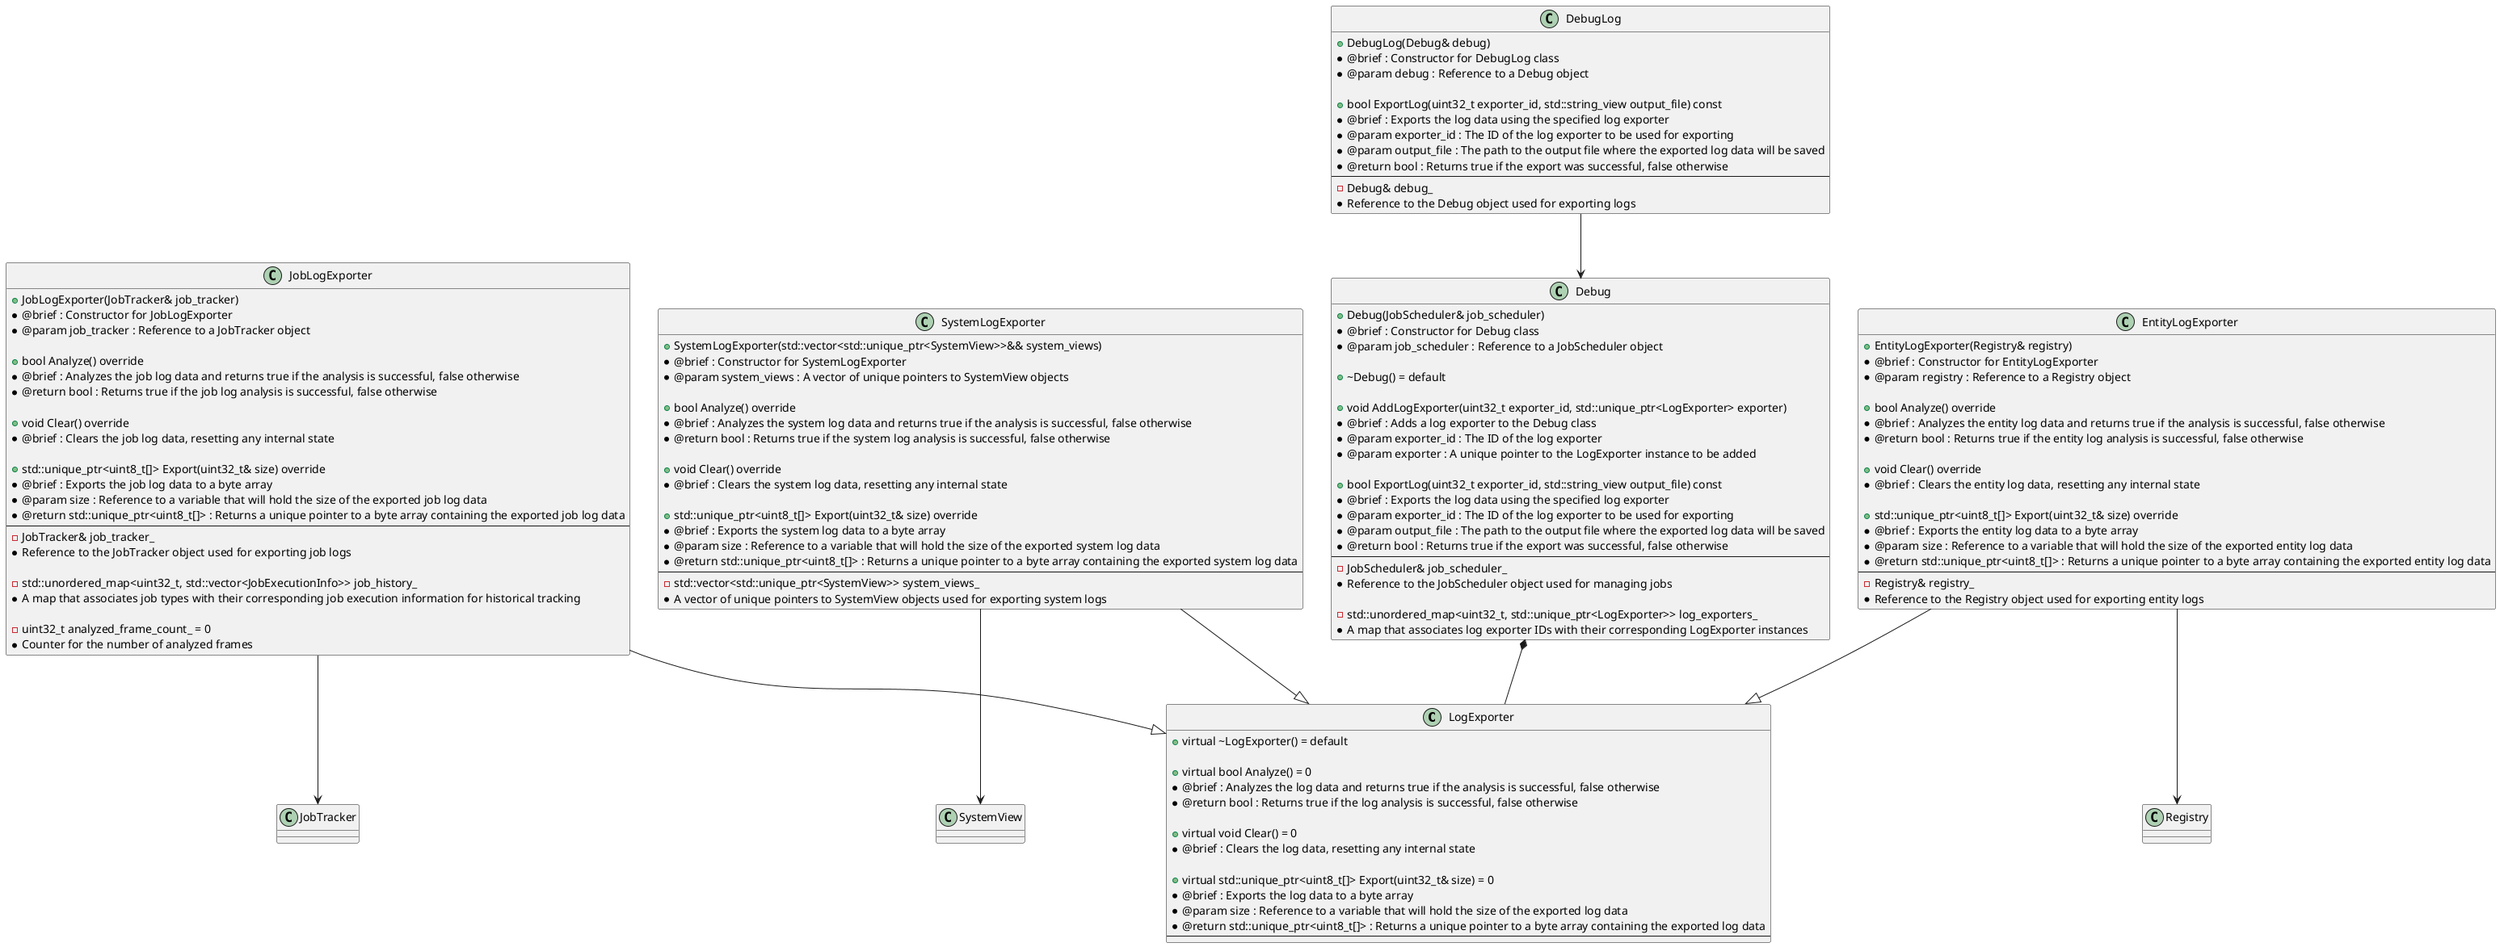
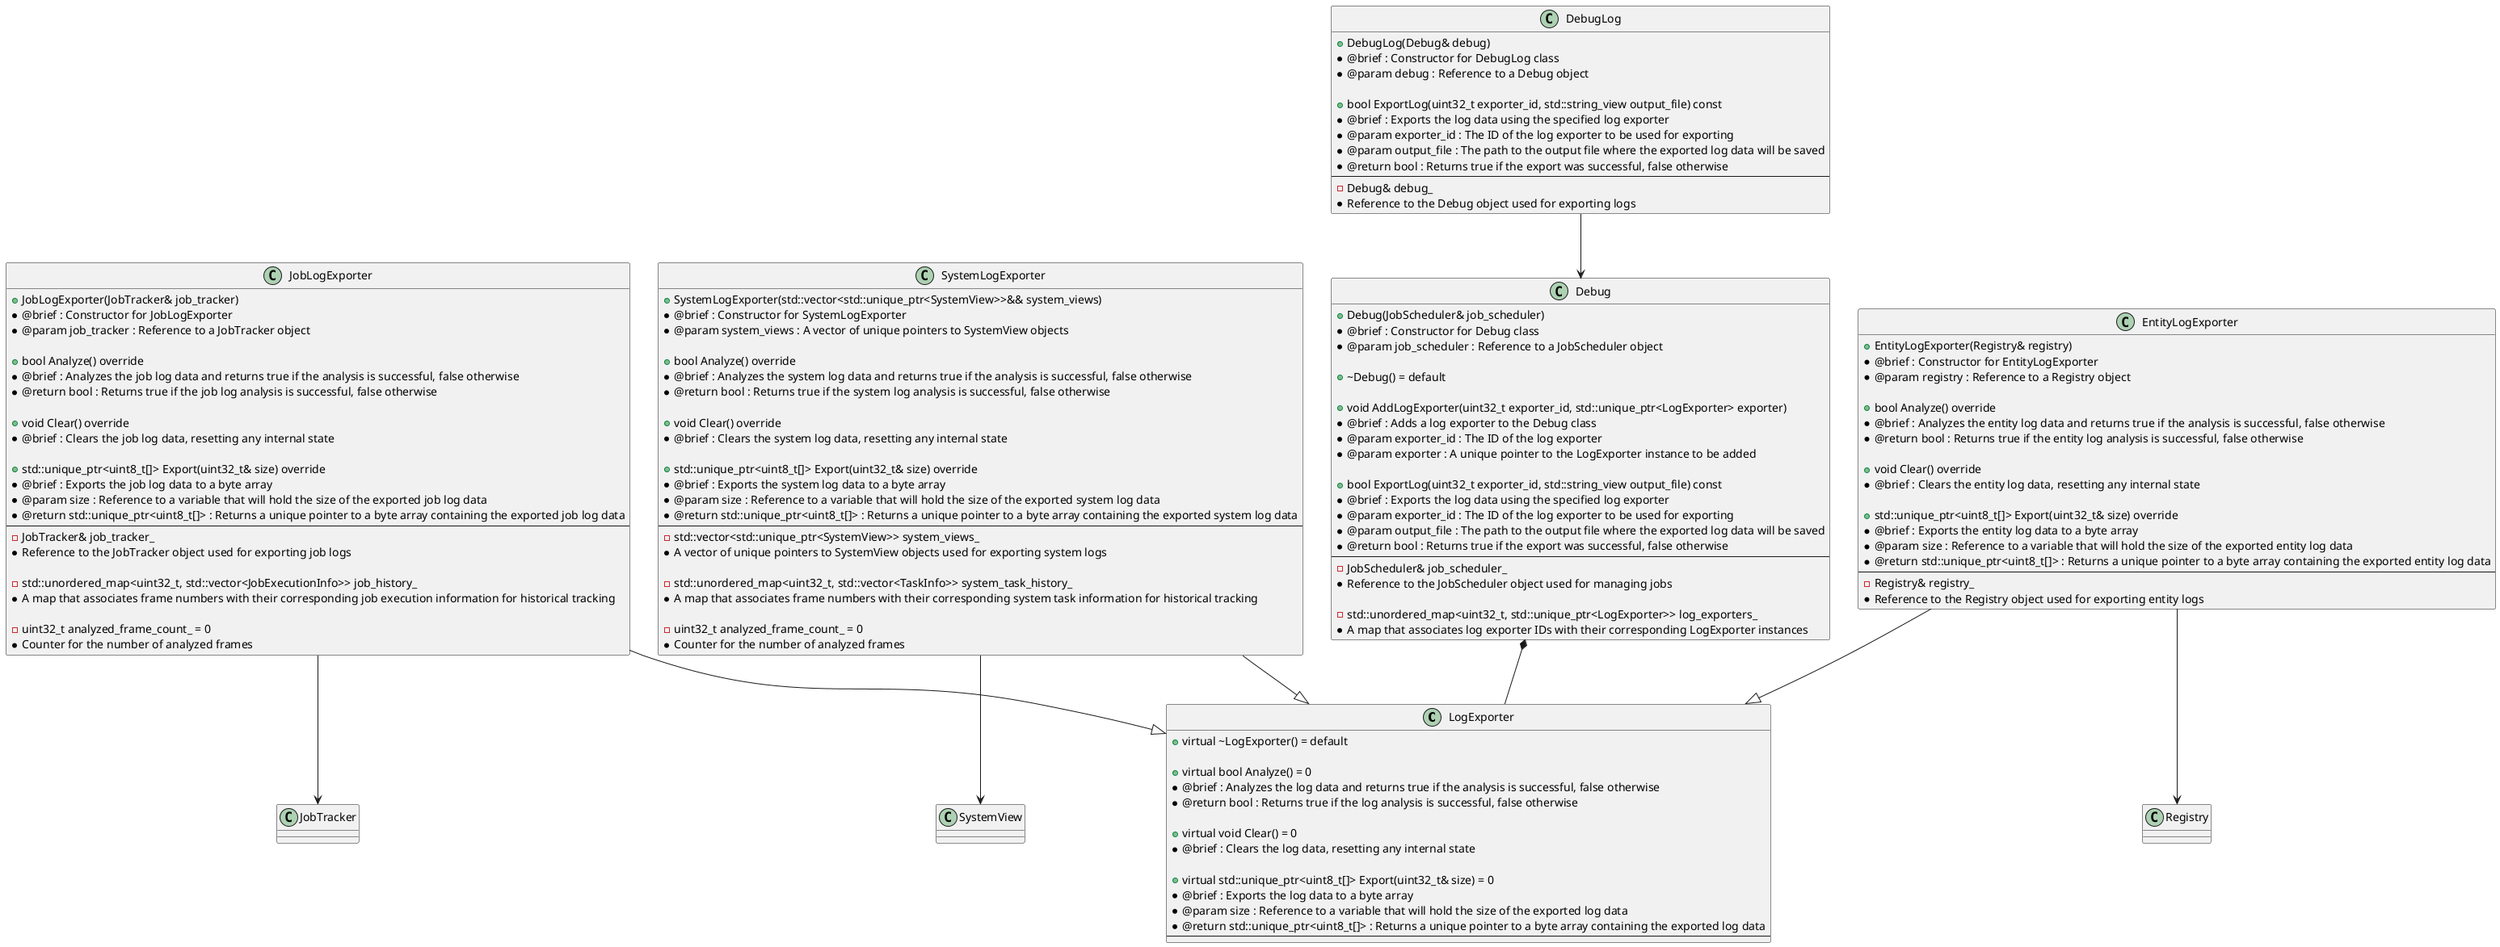
﻿@startuml

class LogExporter
{
    + virtual ~LogExporter() = default

    + virtual bool Analyze() = 0
     * @brief : Analyzes the log data and returns true if the analysis is successful, false otherwise
     * @return bool : Returns true if the log analysis is successful, false otherwise

    + virtual void Clear() = 0
     * @brief : Clears the log data, resetting any internal state

    + virtual std::unique_ptr<uint8_t[]> Export(uint32_t& size) = 0
     * @brief : Exports the log data to a byte array
     * @param size : Reference to a variable that will hold the size of the exported log data
     * @return std::unique_ptr<uint8_t[]> : Returns a unique pointer to a byte array containing the exported log data
    ---
}

class JobLogExporter
{
    + JobLogExporter(JobTracker& job_tracker)
     * @brief : Constructor for JobLogExporter
     * @param job_tracker : Reference to a JobTracker object

    + bool Analyze() override
     * @brief : Analyzes the job log data and returns true if the analysis is successful, false otherwise
     * @return bool : Returns true if the job log analysis is successful, false otherwise

    + void Clear() override
     * @brief : Clears the job log data, resetting any internal state

    + std::unique_ptr<uint8_t[]> Export(uint32_t& size) override
     * @brief : Exports the job log data to a byte array
     * @param size : Reference to a variable that will hold the size of the exported job log data
     * @return std::unique_ptr<uint8_t[]> : Returns a unique pointer to a byte array containing the exported job log data
    ---
    - JobTracker& job_tracker_
     * Reference to the JobTracker object used for exporting job logs

    - std::unordered_map<uint32_t, std::vector<JobExecutionInfo>> job_history_
-      * A map that associates job types with their corresponding job execution information for historical tracking
+      * A map that associates frame numbers with their corresponding job execution information for historical tracking

    - uint32_t analyzed_frame_count_ = 0
     * Counter for the number of analyzed frames
}
JobLogExporter --|> LogExporter
JobLogExporter --> JobTracker

class SystemLogExporter
{
    + SystemLogExporter(std::vector<std::unique_ptr<SystemView>>&& system_views)
     * @brief : Constructor for SystemLogExporter
     * @param system_views : A vector of unique pointers to SystemView objects

    + bool Analyze() override
     * @brief : Analyzes the system log data and returns true if the analysis is successful, false otherwise
     * @return bool : Returns true if the system log analysis is successful, false otherwise

    + void Clear() override
     * @brief : Clears the system log data, resetting any internal state

    + std::unique_ptr<uint8_t[]> Export(uint32_t& size) override
     * @brief : Exports the system log data to a byte array
     * @param size : Reference to a variable that will hold the size of the exported system log data
     * @return std::unique_ptr<uint8_t[]> : Returns a unique pointer to a byte array containing the exported system log data
    ---
    - std::vector<std::unique_ptr<SystemView>> system_views_
     * A vector of unique pointers to SystemView objects used for exporting system logs
+ 
+     - std::unordered_map<uint32_t, std::vector<TaskInfo>> system_task_history_
+      * A map that associates frame numbers with their corresponding system task information for historical tracking
+ 
+     - uint32_t analyzed_frame_count_ = 0
+      * Counter for the number of analyzed frames
}
SystemLogExporter --|> LogExporter
SystemLogExporter --> SystemView

class EntityLogExporter
{
    + EntityLogExporter(Registry& registry)
     * @brief : Constructor for EntityLogExporter
     * @param registry : Reference to a Registry object

    + bool Analyze() override
     * @brief : Analyzes the entity log data and returns true if the analysis is successful, false otherwise
     * @return bool : Returns true if the entity log analysis is successful, false otherwise

    + void Clear() override
     * @brief : Clears the entity log data, resetting any internal state

    + std::unique_ptr<uint8_t[]> Export(uint32_t& size) override
     * @brief : Exports the entity log data to a byte array
     * @param size : Reference to a variable that will hold the size of the exported entity log data
     * @return std::unique_ptr<uint8_t[]> : Returns a unique pointer to a byte array containing the exported entity log data
    ---
    - Registry& registry_
     * Reference to the Registry object used for exporting entity logs
}
EntityLogExporter --|> LogExporter
EntityLogExporter --> Registry

class Debug
{
    + Debug(JobScheduler& job_scheduler)
     * @brief : Constructor for Debug class
     * @param job_scheduler : Reference to a JobScheduler object

    + ~Debug() = default

    + void AddLogExporter(uint32_t exporter_id, std::unique_ptr<LogExporter> exporter)
     * @brief : Adds a log exporter to the Debug class
     * @param exporter_id : The ID of the log exporter
     * @param exporter : A unique pointer to the LogExporter instance to be added

    + bool ExportLog(uint32_t exporter_id, std::string_view output_file) const
     * @brief : Exports the log data using the specified log exporter
     * @param exporter_id : The ID of the log exporter to be used for exporting
     * @param output_file : The path to the output file where the exported log data will be saved
     * @return bool : Returns true if the export was successful, false otherwise
    ---
    - JobScheduler& job_scheduler_
     * Reference to the JobScheduler object used for managing jobs

    - std::unordered_map<uint32_t, std::unique_ptr<LogExporter>> log_exporters_
     * A map that associates log exporter IDs with their corresponding LogExporter instances
}
Debug *-- LogExporter

class DebugLog
{
    + DebugLog(Debug& debug)
     * @brief : Constructor for DebugLog class
     * @param debug : Reference to a Debug object

    + bool ExportLog(uint32_t exporter_id, std::string_view output_file) const
     * @brief : Exports the log data using the specified log exporter
     * @param exporter_id : The ID of the log exporter to be used for exporting
     * @param output_file : The path to the output file where the exported log data will be saved
     * @return bool : Returns true if the export was successful, false otherwise
    ---
    - Debug& debug_
     * Reference to the Debug object used for exporting logs
}
DebugLog --> Debug

@enduml